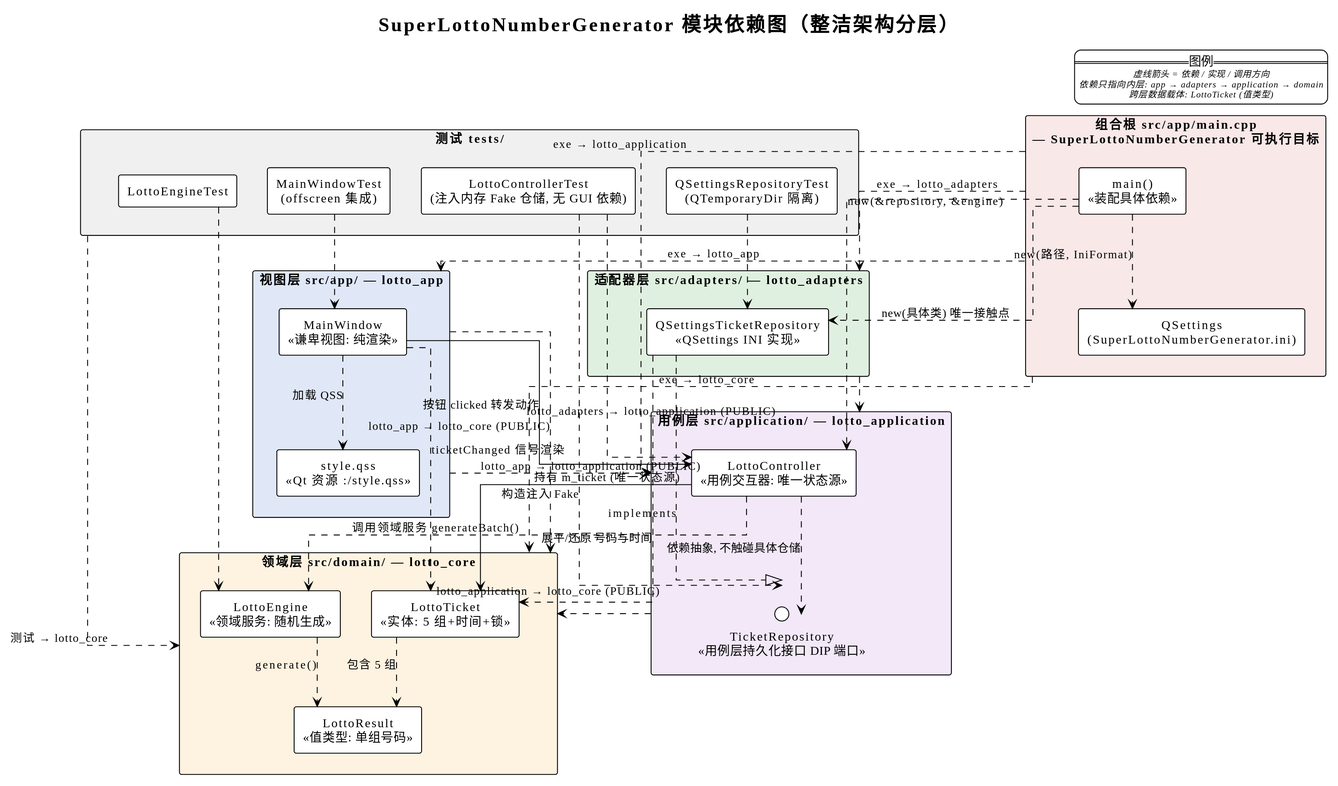
This is doc/module-dependency.svg from weiiiyan/SuperLottoNumberGenerator, a PlantUML export, as it was before one commit.
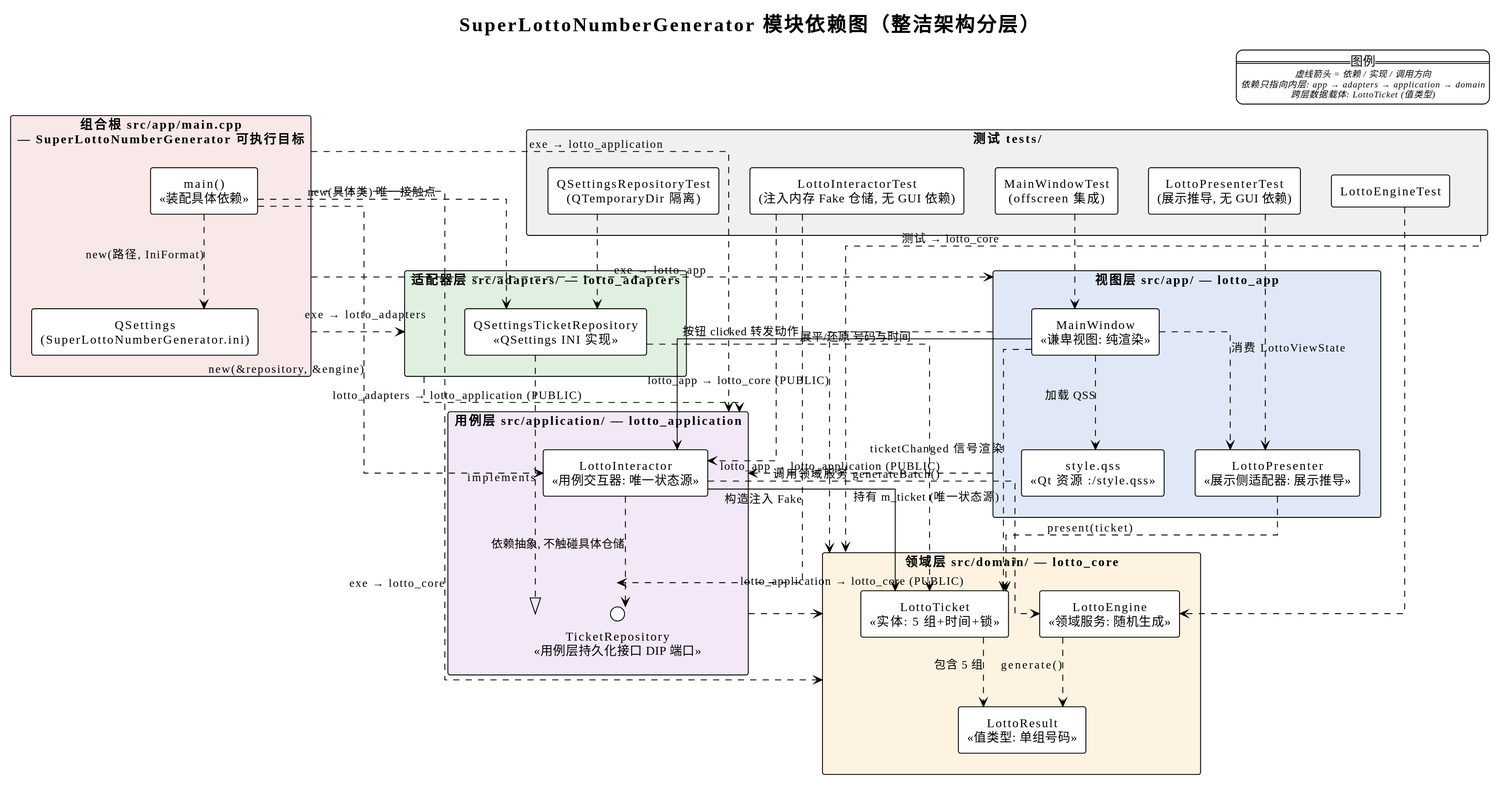
After the change.

Diff of the diagram source:
```diff
@@ -27,7 +27,7 @@
 }
 
 package "用例层 src/application/ — lotto_application" as application #F2E8F8 {
-  component [LottoController\n«用例交互器: 唯一状态源»] as Controller
+  component [LottoInteractor\n«用例交互器: 唯一状态源»] as Controller
   interface "TicketRepository\n«用例层持久化接口 DIP 端口»" as TicketRepository
 
   Controller ..> TicketRepository : 依赖抽象, 不触碰具体仓储
@@ -43,11 +43,14 @@
 }
 
 package "视图层 src/app/ — lotto_app" as app #E0E8F8 {
+  component [LottoPresenter\n«展示侧适配器: 展示推导»] as Presenter
   component [MainWindow\n«谦卑视图: 纯渲染»] as MainWindow
   component [style.qss\n«Qt 资源 :/style.qss»] as Style
 
+  MainWindow ..> Presenter : 消费 LottoViewState
   MainWindow --> Controller : 按钮 clicked 转发动作
   MainWindow ..> LottoTicket : ticketChanged 信号渲染
+  Presenter ..> LottoTicket : present(ticket)
   MainWindow ..> Style : 加载 QSS
 }
 
@@ -62,15 +65,17 @@
 
 package "测试 tests/" as tests #F0F0F0 {
   component [LottoEngineTest] as T1
-  component [LottoControllerTest\n(注入内存 Fake 仓储, 无 GUI 依赖)] as T2
+  component [LottoInteractorTest\n(注入内存 Fake 仓储, 无 GUI 依赖)] as T2
   component [QSettingsRepositoryTest\n(QTemporaryDir 隔离)] as T3
-  component [MainWindowTest\n(offscreen 集成)] as T4
+  component [LottoPresenterTest\n(展示推导, 无 GUI 依赖)] as T4
+  component [MainWindowTest\n(offscreen 集成)] as T5
 
   T1 ..> LottoEngine
   T2 ..> Controller
   T2 ..> TicketRepository : 构造注入 Fake
   T3 ..> QSettingsRepo
-  T4 ..> MainWindow
+  T4 ..> Presenter
+  T5 ..> MainWindow
 }
 
 application ..> domain : lotto_application → lotto_core (PUBLIC)
```
